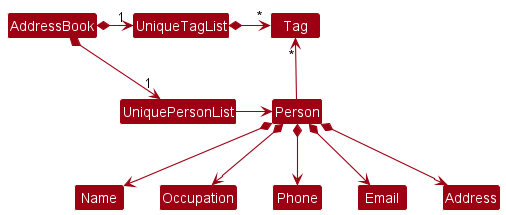
This is docs/images/BetterModelClassDiagram.png from nus-cs2103-AY2223S1/tp, a PlantUML export, as it was before one commit.
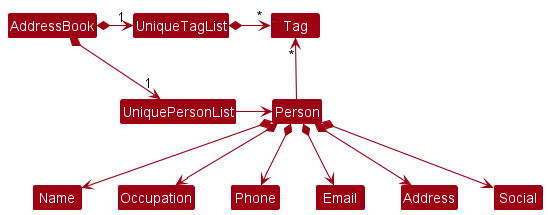
The same diagram one commit later.

Change to the diagram source:
```diff
@@ -19,4 +19,5 @@
 Person *--> Phone
 Person *--> Email
 Person *--> Address
+Person *--> Social
 @enduml
```
